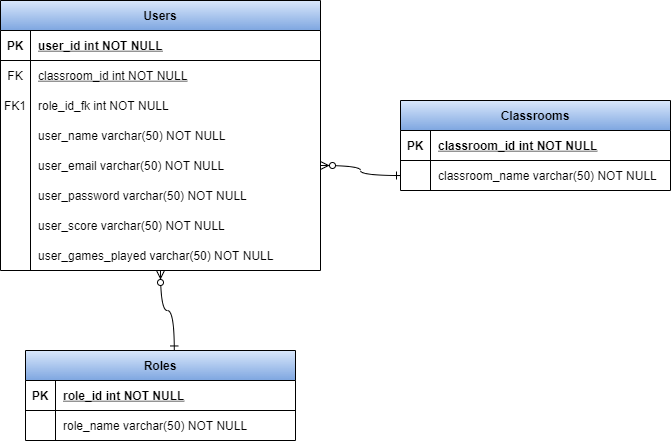
Earlier version of the draw.io export documentation/Diagrams/Relational_Diagram-Users.png (AdriLorenz/UQuiz). Source tidied: cells renumbered, new cells last; positions are measured from the earlier drawing's top-left corner, leaving out a move shared by most shapes. Its diagram source:
```xml
<mxGraphModel>
  <root>
    <mxCell id="0" />
    <mxCell id="1" parent="0" />
    <mxCell id="2" value="Roles" style="shape=table;startSize=30;rowLines=0;fontStyle=1;align=center;fillColor=#dae8fc;strokeColor=default;gradientColor=#7ea6e0;fontColor=default;" parent="1" vertex="1">
      <mxGeometry x="25" y="350" width="270" height="90" as="geometry" />
    </mxCell>
    <mxCell id="3" style="shape=partialRectangle;fillColor=none;top=0;left=0;right=0;bottom=1;" parent="2" vertex="1">
      <mxGeometry y="30" width="270" height="30" as="geometry" />
    </mxCell>
    <mxCell id="4" value="PK" style="shape=partialRectangle;overflow=hidden;fillColor=none;top=0;left=0;bottom=0;right=0;fontStyle=1;" parent="3" vertex="1">
      <mxGeometry width="30" height="30" as="geometry" />
    </mxCell>
    <mxCell id="5" value="role_id int NOT NULL " style="shape=partialRectangle;overflow=hidden;fillColor=none;top=0;left=0;bottom=0;right=0;align=left;spacingLeft=6;fontStyle=5;fontColor=default;" parent="3" vertex="1">
      <mxGeometry x="30" width="240" height="30" as="geometry" />
    </mxCell>
    <mxCell id="6" style="shape=partialRectangle;fillColor=none;top=0;left=0;right=0;bottom=0;" parent="2" vertex="1">
      <mxGeometry y="60" width="270" height="30" as="geometry" />
    </mxCell>
    <mxCell id="7" style="shape=partialRectangle;overflow=hidden;fillColor=none;top=0;left=0;bottom=0;right=0;fontColor=default;" parent="6" vertex="1">
      <mxGeometry width="30" height="30" as="geometry" />
    </mxCell>
    <mxCell id="8" value="role_name varchar(50) NOT NULL" style="shape=partialRectangle;overflow=hidden;fillColor=none;top=0;left=0;bottom=0;right=0;align=left;spacingLeft=6;fontColor=default;" parent="6" vertex="1">
      <mxGeometry x="30" width="240" height="30" as="geometry" />
    </mxCell>
    <mxCell id="9" value="Users" style="shape=table;startSize=30;rowLines=0;fontStyle=1;align=center;fillColor=#dae8fc;gradientColor=#7ea6e0;strokeColor=default;fontColor=default;" parent="1" vertex="1">
      <mxGeometry width="320" height="270" as="geometry" />
    </mxCell>
    <mxCell id="10" style="shape=partialRectangle;fillColor=none;points=[[0,0.5],[1,0.5]];portConstraint=eastwest;top=0;left=0;right=0;bottom=1;" parent="9" vertex="1">
      <mxGeometry y="30" width="320" height="30" as="geometry" />
    </mxCell>
    <mxCell id="11" value="PK" style="shape=partialRectangle;overflow=hidden;fillColor=none;top=0;left=0;bottom=0;right=0;fontStyle=1;" parent="10" vertex="1">
      <mxGeometry width="30" height="30" as="geometry" />
    </mxCell>
    <mxCell id="12" value="user_id int NOT NULL " style="shape=partialRectangle;overflow=hidden;fillColor=none;top=0;left=0;bottom=0;right=0;align=left;spacingLeft=6;fontStyle=5;fontColor=default;" parent="10" vertex="1">
      <mxGeometry x="30" width="290" height="30" as="geometry" />
    </mxCell>
    <mxCell id="13" style="shape=partialRectangle;fillColor=none;points=[[0,0.5],[1,0.5]];portConstraint=eastwest;top=0;left=0;right=0;bottom=1;strokeColor=none;" parent="9" vertex="1">
      <mxGeometry y="60" width="320" height="30" as="geometry" />
    </mxCell>
    <mxCell id="14" value="FK" style="shape=partialRectangle;overflow=hidden;fillColor=none;top=0;left=0;bottom=0;right=0;fontStyle=0;" parent="13" vertex="1">
      <mxGeometry width="30" height="30" as="geometry" />
    </mxCell>
    <mxCell id="15" value="classroom_id int NOT NULL " style="shape=partialRectangle;overflow=hidden;fillColor=none;top=0;left=0;bottom=0;right=0;align=left;spacingLeft=6;fontStyle=4;fontColor=default;strokeWidth=0;" parent="13" vertex="1">
      <mxGeometry x="30" width="290" height="30" as="geometry" />
    </mxCell>
    <mxCell id="16" style="shape=partialRectangle;fillColor=none;points=[[0,0.5],[1,0.5]];portConstraint=eastwest;top=0;left=0;right=0;bottom=0;strokeColor=default;fontColor=default;" parent="9" vertex="1">
      <mxGeometry y="90" width="320" height="30" as="geometry" />
    </mxCell>
    <mxCell id="17" value="FK1" style="shape=partialRectangle;overflow=hidden;fillColor=none;top=0;left=0;bottom=0;right=0;fontColor=default;" parent="16" vertex="1">
      <mxGeometry width="30" height="30" as="geometry" />
    </mxCell>
    <mxCell id="18" value="role_id_fk int NOT NULL" style="shape=partialRectangle;overflow=hidden;fillColor=none;top=0;left=0;bottom=0;right=0;align=left;spacingLeft=6;fontColor=default;strokeColor=default;" parent="16" vertex="1">
      <mxGeometry x="30" width="290" height="30" as="geometry" />
    </mxCell>
    <mxCell id="19" style="shape=partialRectangle;fillColor=none;top=0;left=0;right=0;bottom=0;" parent="9" vertex="1">
      <mxGeometry y="120" width="320" height="30" as="geometry" />
    </mxCell>
    <mxCell id="20" style="shape=partialRectangle;overflow=hidden;fillColor=none;top=0;left=0;bottom=0;right=0;" parent="19" vertex="1">
      <mxGeometry width="30" height="30" as="geometry" />
    </mxCell>
    <mxCell id="21" value="user_name varchar(50) NOT NULL" style="shape=partialRectangle;overflow=hidden;fillColor=none;top=0;left=0;bottom=0;right=0;align=left;spacingLeft=6;fontColor=default;" parent="19" vertex="1">
      <mxGeometry x="30" width="290" height="30" as="geometry" />
    </mxCell>
    <mxCell id="22" style="shape=partialRectangle;fillColor=none;points=[[0,0.5],[1,0.5]];portConstraint=eastwest;top=0;left=0;right=0;bottom=0;" parent="9" vertex="1">
      <mxGeometry y="150" width="320" height="30" as="geometry" />
    </mxCell>
    <mxCell id="23" style="shape=partialRectangle;overflow=hidden;fillColor=none;top=0;left=0;bottom=0;right=0;" parent="22" vertex="1">
      <mxGeometry width="30" height="30" as="geometry" />
    </mxCell>
    <mxCell id="24" value="user_email varchar(50) NOT NULL" style="shape=partialRectangle;overflow=hidden;fillColor=none;top=0;left=0;bottom=0;right=0;align=left;spacingLeft=6;fontColor=default;strokeColor=default;" parent="22" vertex="1">
      <mxGeometry x="30" width="290" height="30" as="geometry" />
    </mxCell>
    <mxCell id="25" style="shape=partialRectangle;fillColor=none;top=0;left=0;right=0;bottom=0;strokeColor=default;fontColor=default;" parent="9" vertex="1">
      <mxGeometry y="180" width="320" height="30" as="geometry" />
    </mxCell>
    <mxCell id="26" style="shape=partialRectangle;overflow=hidden;fillColor=none;top=0;left=0;bottom=0;right=0;" parent="25" vertex="1">
      <mxGeometry width="30" height="30" as="geometry" />
    </mxCell>
    <mxCell id="27" value="user_password varchar(50) NOT NULL" style="shape=partialRectangle;overflow=hidden;fillColor=none;top=0;left=0;bottom=0;right=0;align=left;spacingLeft=6;fontColor=default;strokeColor=default;" parent="25" vertex="1">
      <mxGeometry x="30" width="290" height="30" as="geometry" />
    </mxCell>
    <mxCell id="28" style="shape=partialRectangle;fillColor=none;top=0;left=0;right=0;bottom=0;strokeColor=default;fontColor=default;" parent="9" vertex="1">
      <mxGeometry y="210" width="320" height="30" as="geometry" />
    </mxCell>
    <mxCell id="29" style="shape=partialRectangle;overflow=hidden;fillColor=none;top=0;left=0;bottom=0;right=0;" parent="28" vertex="1">
      <mxGeometry width="30" height="30" as="geometry" />
    </mxCell>
    <mxCell id="30" value="user_score varchar(50) NOT NULL" style="shape=partialRectangle;overflow=hidden;fillColor=none;top=0;left=0;bottom=0;right=0;align=left;spacingLeft=6;fontColor=default;strokeColor=default;" parent="28" vertex="1">
      <mxGeometry x="30" width="290" height="30" as="geometry" />
    </mxCell>
    <mxCell id="31" style="shape=partialRectangle;fillColor=none;top=0;left=0;right=0;bottom=0;strokeColor=default;fontColor=default;" parent="9" vertex="1">
      <mxGeometry y="240" width="320" height="30" as="geometry" />
    </mxCell>
    <mxCell id="32" style="shape=partialRectangle;overflow=hidden;fillColor=none;top=0;left=0;bottom=0;right=0;" parent="31" vertex="1">
      <mxGeometry width="30" height="30" as="geometry" />
    </mxCell>
    <mxCell id="33" value="user_games_played varchar(50) NOT NULL" style="shape=partialRectangle;overflow=hidden;fillColor=none;top=0;left=0;bottom=0;right=0;align=left;spacingLeft=6;fontColor=default;strokeColor=default;" parent="31" vertex="1">
      <mxGeometry x="30" width="290" height="30" as="geometry" />
    </mxCell>
    <mxCell id="34" style="edgeStyle=orthogonalEdgeStyle;endArrow=ERzeroToMany;startArrow=ERone;endFill=1;startFill=0;exitX=0.551;exitY=-0.006;exitDx=0;exitDy=0;targetPerimeterSpacing=0;shadow=0;jumpStyle=none;curved=1;exitPerimeter=0;strokeColor=default;labelBackgroundColor=default;fontColor=default;entryX=0.5;entryY=1;entryDx=0;entryDy=0;" parent="1" edge="1" source="2" target="9">
      <mxGeometry relative="1" as="geometry" />
    </mxCell>
    <mxCell id="35" value="Classrooms" style="shape=table;startSize=30;rowLines=0;fontStyle=1;align=center;fillColor=#dae8fc;strokeColor=default;gradientColor=#7ea6e0;fontColor=default;" parent="1" vertex="1">
      <mxGeometry x="400" y="100" width="270" height="90" as="geometry" />
    </mxCell>
    <mxCell id="36" style="shape=partialRectangle;fillColor=none;top=0;left=0;right=0;bottom=1;" parent="35" vertex="1">
      <mxGeometry y="30" width="270" height="30" as="geometry" />
    </mxCell>
    <mxCell id="37" value="PK" style="shape=partialRectangle;overflow=hidden;fillColor=none;top=0;left=0;bottom=0;right=0;fontStyle=1;" parent="36" vertex="1">
      <mxGeometry width="30" height="30" as="geometry" />
    </mxCell>
    <mxCell id="38" value="classroom_id int NOT NULL " style="shape=partialRectangle;overflow=hidden;fillColor=none;top=0;left=0;bottom=0;right=0;align=left;spacingLeft=6;fontStyle=5;fontColor=default;" parent="36" vertex="1">
      <mxGeometry x="30" width="240" height="30" as="geometry" />
    </mxCell>
    <mxCell id="39" style="shape=partialRectangle;fillColor=none;points=[[0,0.5],[1,0.5]];portConstraint=eastwest;top=0;left=0;right=0;bottom=0;" parent="35" vertex="1">
      <mxGeometry y="60" width="270" height="30" as="geometry" />
    </mxCell>
    <mxCell id="40" style="shape=partialRectangle;overflow=hidden;fillColor=none;top=0;left=0;bottom=0;right=0;fontColor=default;" parent="39" vertex="1">
      <mxGeometry width="30" height="30" as="geometry" />
    </mxCell>
    <mxCell id="41" value="classroom_name varchar(50) NOT NULL" style="shape=partialRectangle;overflow=hidden;fillColor=none;top=0;left=0;bottom=0;right=0;align=left;spacingLeft=6;fontColor=default;" parent="39" vertex="1">
      <mxGeometry x="30" width="240" height="30" as="geometry" />
    </mxCell>
    <mxCell id="42" style="edgeStyle=orthogonalEdgeStyle;endArrow=ERzeroToMany;startArrow=ERone;endFill=1;startFill=0;targetPerimeterSpacing=0;shadow=0;jumpStyle=none;curved=1;strokeColor=default;labelBackgroundColor=default;fontColor=default;" parent="1" edge="1" source="39" target="22">
      <mxGeometry relative="1" as="geometry" />
    </mxCell>
    <mxCell id="43" style="shape=partialRectangle;fillColor=none;top=0;left=0;right=0;bottom=0;strokeColor=default;fontColor=default;" parent="1" vertex="1">
      <mxGeometry y="240" width="320" height="30" as="geometry" />
    </mxCell>
    <mxCell id="44" style="shape=partialRectangle;overflow=hidden;fillColor=none;top=0;left=0;bottom=0;right=0;" parent="43" vertex="1">
      <mxGeometry width="30" height="30" as="geometry" />
    </mxCell>
  </root>
</mxGraphModel>
```
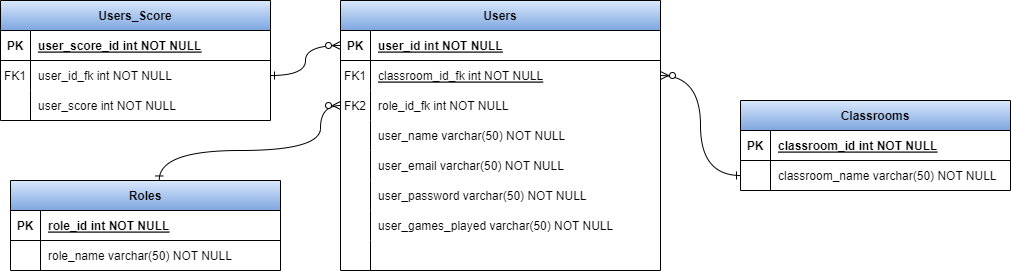
After the change.

Diff of the diagram source:
```diff
@@ -3,7 +3,7 @@
     <mxCell id="0" />
     <mxCell id="1" parent="0" />
     <mxCell id="2" value="Roles" style="shape=table;startSize=30;rowLines=0;fontStyle=1;align=center;fillColor=#dae8fc;strokeColor=default;gradientColor=#7ea6e0;fontColor=default;" parent="1" vertex="1">
-      <mxGeometry x="25" y="350" width="270" height="90" as="geometry" />
+      <mxGeometry x="-20" y="310" width="270" height="90" as="geometry" />
     </mxCell>
     <mxCell id="3" style="shape=partialRectangle;fillColor=none;top=0;left=0;right=0;bottom=1;" parent="2" vertex="1">
       <mxGeometry y="30" width="270" height="30" as="geometry" />
@@ -24,7 +24,7 @@
       <mxGeometry x="30" width="240" height="30" as="geometry" />
     </mxCell>
     <mxCell id="9" value="Users" style="shape=table;startSize=30;rowLines=0;fontStyle=1;align=center;fillColor=#dae8fc;gradientColor=#7ea6e0;strokeColor=default;fontColor=default;" parent="1" vertex="1">
-      <mxGeometry width="320" height="270" as="geometry" />
+      <mxGeometry x="310" y="130" width="320" height="270" as="geometry" />
     </mxCell>
     <mxCell id="10" style="shape=partialRectangle;fillColor=none;points=[[0,0.5],[1,0.5]];portConstraint=eastwest;top=0;left=0;right=0;bottom=1;" parent="9" vertex="1">
       <mxGeometry y="30" width="320" height="30" as="geometry" />
@@ -38,16 +38,16 @@
     <mxCell id="13" style="shape=partialRectangle;fillColor=none;points=[[0,0.5],[1,0.5]];portConstraint=eastwest;top=0;left=0;right=0;bottom=1;strokeColor=none;" parent="9" vertex="1">
       <mxGeometry y="60" width="320" height="30" as="geometry" />
     </mxCell>
-    <mxCell id="14" value="FK" style="shape=partialRectangle;overflow=hidden;fillColor=none;top=0;left=0;bottom=0;right=0;fontStyle=0;" parent="13" vertex="1">
+    <mxCell id="14" value="FK1" style="shape=partialRectangle;overflow=hidden;fillColor=none;top=0;left=0;bottom=0;right=0;fontStyle=0;" parent="13" vertex="1">
       <mxGeometry width="30" height="30" as="geometry" />
     </mxCell>
-    <mxCell id="15" value="classroom_id int NOT NULL " style="shape=partialRectangle;overflow=hidden;fillColor=none;top=0;left=0;bottom=0;right=0;align=left;spacingLeft=6;fontStyle=4;fontColor=default;strokeWidth=0;" parent="13" vertex="1">
+    <mxCell id="15" value="classroom_id_fk int NOT NULL " style="shape=partialRectangle;overflow=hidden;fillColor=none;top=0;left=0;bottom=0;right=0;align=left;spacingLeft=6;fontStyle=4;fontColor=default;strokeWidth=0;" parent="13" vertex="1">
       <mxGeometry x="30" width="290" height="30" as="geometry" />
     </mxCell>
     <mxCell id="16" style="shape=partialRectangle;fillColor=none;points=[[0,0.5],[1,0.5]];portConstraint=eastwest;top=0;left=0;right=0;bottom=0;strokeColor=default;fontColor=default;" parent="9" vertex="1">
       <mxGeometry y="90" width="320" height="30" as="geometry" />
     </mxCell>
-    <mxCell id="17" value="FK1" style="shape=partialRectangle;overflow=hidden;fillColor=none;top=0;left=0;bottom=0;right=0;fontColor=default;" parent="16" vertex="1">
+    <mxCell id="17" value="FK2" style="shape=partialRectangle;overflow=hidden;fillColor=none;top=0;left=0;bottom=0;right=0;fontColor=default;" parent="16" vertex="1">
       <mxGeometry width="30" height="30" as="geometry" />
     </mxCell>
     <mxCell id="18" value="role_id_fk int NOT NULL" style="shape=partialRectangle;overflow=hidden;fillColor=none;top=0;left=0;bottom=0;right=0;align=left;spacingLeft=6;fontColor=default;strokeColor=default;" parent="16" vertex="1">
@@ -80,29 +80,35 @@
     <mxCell id="27" value="user_password varchar(50) NOT NULL" style="shape=partialRectangle;overflow=hidden;fillColor=none;top=0;left=0;bottom=0;right=0;align=left;spacingLeft=6;fontColor=default;strokeColor=default;" parent="25" vertex="1">
       <mxGeometry x="30" width="290" height="30" as="geometry" />
     </mxCell>
+    <mxCell id="31" style="shape=partialRectangle;fillColor=none;top=0;left=0;right=0;bottom=0;strokeColor=default;fontColor=default;" parent="9" vertex="1">
+      <mxGeometry y="210" width="320" height="30" as="geometry" />
+    </mxCell>
+    <mxCell id="32" style="shape=partialRectangle;overflow=hidden;fillColor=none;top=0;left=0;bottom=0;right=0;" parent="31" vertex="1">
+      <mxGeometry width="30" height="30" as="geometry" />
+    </mxCell>
+    <mxCell id="33" value="user_games_played varchar(50) NOT NULL" style="shape=partialRectangle;overflow=hidden;fillColor=none;top=0;left=0;bottom=0;right=0;align=left;spacingLeft=6;fontColor=default;strokeColor=default;" parent="31" vertex="1">
+      <mxGeometry x="30" width="290" height="30" as="geometry" />
+    </mxCell>
     <mxCell id="28" style="shape=partialRectangle;fillColor=none;top=0;left=0;right=0;bottom=0;strokeColor=default;fontColor=default;" parent="9" vertex="1">
-      <mxGeometry y="210" width="320" height="30" as="geometry" />
+      <mxGeometry y="240" width="320" height="30" as="geometry" />
     </mxCell>
     <mxCell id="29" style="shape=partialRectangle;overflow=hidden;fillColor=none;top=0;left=0;bottom=0;right=0;" parent="28" vertex="1">
       <mxGeometry width="30" height="30" as="geometry" />
     </mxCell>
-    <mxCell id="30" value="user_score varchar(50) NOT NULL" style="shape=partialRectangle;overflow=hidden;fillColor=none;top=0;left=0;bottom=0;right=0;align=left;spacingLeft=6;fontColor=default;strokeColor=default;" parent="28" vertex="1">
+    <mxCell id="30" style="shape=partialRectangle;overflow=hidden;fillColor=none;top=0;left=0;bottom=0;right=0;align=left;spacingLeft=6;fontColor=default;strokeColor=default;" parent="28" vertex="1">
       <mxGeometry x="30" width="290" height="30" as="geometry" />
     </mxCell>
-    <mxCell id="31" style="shape=partialRectangle;fillColor=none;top=0;left=0;right=0;bottom=0;strokeColor=default;fontColor=default;" parent="9" vertex="1">
-      <mxGeometry y="240" width="320" height="30" as="geometry" />
-    </mxCell>
-    <mxCell id="32" style="shape=partialRectangle;overflow=hidden;fillColor=none;top=0;left=0;bottom=0;right=0;" parent="31" vertex="1">
-      <mxGeometry width="30" height="30" as="geometry" />
-    </mxCell>
-    <mxCell id="33" value="user_games_played varchar(50) NOT NULL" style="shape=partialRectangle;overflow=hidden;fillColor=none;top=0;left=0;bottom=0;right=0;align=left;spacingLeft=6;fontColor=default;strokeColor=default;" parent="31" vertex="1">
-      <mxGeometry x="30" width="290" height="30" as="geometry" />
-    </mxCell>
-    <mxCell id="34" style="edgeStyle=orthogonalEdgeStyle;endArrow=ERzeroToMany;startArrow=ERone;endFill=1;startFill=0;exitX=0.551;exitY=-0.006;exitDx=0;exitDy=0;targetPerimeterSpacing=0;shadow=0;jumpStyle=none;curved=1;exitPerimeter=0;strokeColor=default;labelBackgroundColor=default;fontColor=default;entryX=0.5;entryY=1;entryDx=0;entryDy=0;" parent="1" edge="1" source="2" target="9">
-      <mxGeometry relative="1" as="geometry" />
+    <mxCell id="34" style="edgeStyle=orthogonalEdgeStyle;endArrow=ERzeroToMany;startArrow=ERone;endFill=1;startFill=0;exitX=0.551;exitY=-0.006;exitDx=0;exitDy=0;targetPerimeterSpacing=0;shadow=0;jumpStyle=none;curved=1;exitPerimeter=0;strokeColor=default;labelBackgroundColor=default;fontColor=default;entryX=0;entryY=0.5;entryDx=0;entryDy=0;" parent="1" edge="1" source="2" target="16">
+      <mxGeometry relative="1" as="geometry">
+        <Array as="points">
+          <mxPoint x="129" y="280" />
+          <mxPoint x="290" y="280" />
+          <mxPoint x="290" y="235" />
+        </Array>
+      </mxGeometry>
     </mxCell>
     <mxCell id="35" value="Classrooms" style="shape=table;startSize=30;rowLines=0;fontStyle=1;align=center;fillColor=#dae8fc;strokeColor=default;gradientColor=#7ea6e0;fontColor=default;" parent="1" vertex="1">
-      <mxGeometry x="400" y="100" width="270" height="90" as="geometry" />
+      <mxGeometry x="710" y="230" width="270" height="90" as="geometry" />
     </mxCell>
     <mxCell id="36" style="shape=partialRectangle;fillColor=none;top=0;left=0;right=0;bottom=1;" parent="35" vertex="1">
       <mxGeometry y="30" width="270" height="30" as="geometry" />
@@ -122,7 +128,7 @@
     <mxCell id="41" value="classroom_name varchar(50) NOT NULL" style="shape=partialRectangle;overflow=hidden;fillColor=none;top=0;left=0;bottom=0;right=0;align=left;spacingLeft=6;fontColor=default;" parent="39" vertex="1">
       <mxGeometry x="30" width="240" height="30" as="geometry" />
     </mxCell>
-    <mxCell id="42" style="edgeStyle=orthogonalEdgeStyle;endArrow=ERzeroToMany;startArrow=ERone;endFill=1;startFill=0;targetPerimeterSpacing=0;shadow=0;jumpStyle=none;curved=1;strokeColor=default;labelBackgroundColor=default;fontColor=default;" parent="1" edge="1" source="39" target="22">
+    <mxCell id="42" style="edgeStyle=orthogonalEdgeStyle;endArrow=ERzeroToMany;startArrow=ERone;endFill=1;startFill=0;targetPerimeterSpacing=0;shadow=0;jumpStyle=none;curved=1;strokeColor=default;labelBackgroundColor=default;fontColor=default;entryX=1;entryY=0.5;entryDx=0;entryDy=0;" parent="1" edge="1" source="39" target="13">
       <mxGeometry relative="1" as="geometry" />
     </mxCell>
     <mxCell id="43" style="shape=partialRectangle;fillColor=none;top=0;left=0;right=0;bottom=0;strokeColor=default;fontColor=default;" parent="1" vertex="1">
@@ -131,5 +137,38 @@
     <mxCell id="44" style="shape=partialRectangle;overflow=hidden;fillColor=none;top=0;left=0;bottom=0;right=0;" parent="43" vertex="1">
       <mxGeometry width="30" height="30" as="geometry" />
     </mxCell>
+    <mxCell id="45" value="Users_Score" style="shape=table;startSize=30;rowLines=0;fontStyle=1;align=center;fillColor=#dae8fc;strokeColor=default;gradientColor=#7ea6e0;fontColor=default;" parent="1" vertex="1">
+      <mxGeometry x="-30" y="130" width="270" height="120" as="geometry" />
+    </mxCell>
+    <mxCell id="46" style="shape=partialRectangle;fillColor=none;top=0;left=0;right=0;bottom=1;" parent="45" vertex="1">
+      <mxGeometry y="30" width="270" height="30" as="geometry" />
+    </mxCell>
+    <mxCell id="47" value="PK" style="shape=partialRectangle;overflow=hidden;fillColor=none;top=0;left=0;bottom=0;right=0;fontStyle=1;" parent="46" vertex="1">
+      <mxGeometry width="30" height="30" as="geometry" />
+    </mxCell>
+    <mxCell id="48" value="user_score_id int NOT NULL " style="shape=partialRectangle;overflow=hidden;fillColor=none;top=0;left=0;bottom=0;right=0;align=left;spacingLeft=6;fontStyle=5;fontColor=default;" parent="46" vertex="1">
+      <mxGeometry x="30" width="240" height="30" as="geometry" />
+    </mxCell>
+    <mxCell id="49" style="shape=partialRectangle;fillColor=none;points=[[0,0.5],[1,0.5]];portConstraint=eastwest;top=0;left=0;right=0;bottom=0;" parent="45" vertex="1">
+      <mxGeometry y="60" width="270" height="30" as="geometry" />
+    </mxCell>
+    <mxCell id="50" value="FK1" style="shape=partialRectangle;overflow=hidden;fillColor=none;top=0;left=0;bottom=0;right=0;fontColor=default;" parent="49" vertex="1">
+      <mxGeometry width="30" height="30" as="geometry" />
+    </mxCell>
+    <mxCell id="51" value="user_id_fk int NOT NULL" style="shape=partialRectangle;overflow=hidden;fillColor=none;top=0;left=0;bottom=0;right=0;align=left;spacingLeft=6;fontColor=default;" parent="49" vertex="1">
+      <mxGeometry x="30" width="240" height="30" as="geometry" />
+    </mxCell>
+    <mxCell id="52" style="shape=partialRectangle;fillColor=none;top=0;left=0;right=0;bottom=0;" parent="45" vertex="1">
+      <mxGeometry y="90" width="270" height="30" as="geometry" />
+    </mxCell>
+    <mxCell id="53" style="shape=partialRectangle;overflow=hidden;fillColor=none;top=0;left=0;bottom=0;right=0;fontColor=default;" parent="52" vertex="1">
+      <mxGeometry width="30" height="30" as="geometry" />
+    </mxCell>
+    <mxCell id="54" value="user_score int NOT NULL" style="shape=partialRectangle;overflow=hidden;fillColor=none;top=0;left=0;bottom=0;right=0;align=left;spacingLeft=6;fontColor=default;" parent="52" vertex="1">
+      <mxGeometry x="30" width="240" height="30" as="geometry" />
+    </mxCell>
+    <mxCell id="55" style="edgeStyle=orthogonalEdgeStyle;endArrow=ERzeroToMany;startArrow=ERone;endFill=1;startFill=0;targetPerimeterSpacing=0;shadow=0;jumpStyle=none;curved=1;strokeColor=default;labelBackgroundColor=default;fontColor=default;exitX=1;exitY=0.5;exitDx=0;exitDy=0;entryX=0;entryY=0.5;entryDx=0;entryDy=0;" parent="1" edge="1" source="49" target="10">
+      <mxGeometry relative="1" as="geometry" />
+    </mxCell>
   </root>
 </mxGraphModel>
```
